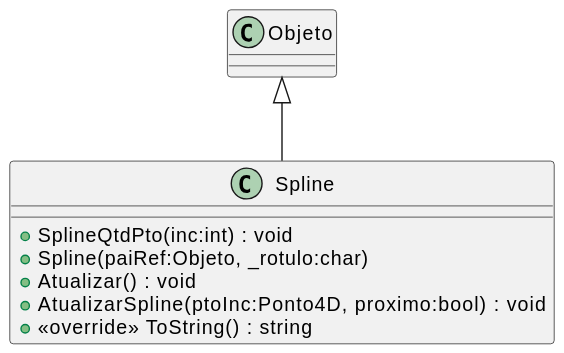
The PlantUML diagram svg/Unidade2/CG_N2_Exemplo/plantuml/Spline.svg in majutestoni/disciplina_CG_2025_1, before a commit.
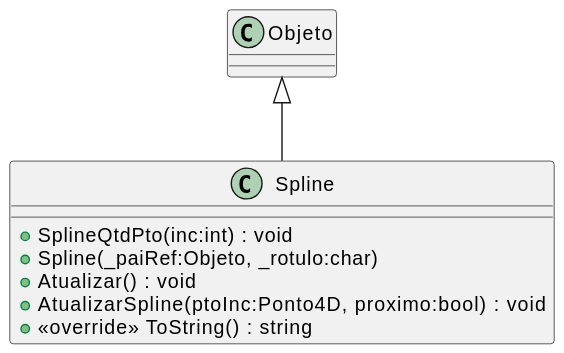
Above is the later version.

Diff of the diagram source:
```diff
@@ -1,7 +1,7 @@
 @startuml
 class Spline {
     + SplineQtdPto(inc:int) : void
-    + Spline(paiRef:Objeto, _rotulo:char)
+    + Spline(_paiRef:Objeto, _rotulo:char)
     + Atualizar() : void
     + AtualizarSpline(ptoInc:Ponto4D, proximo:bool) : void
     + <<override>> ToString() : string
```
